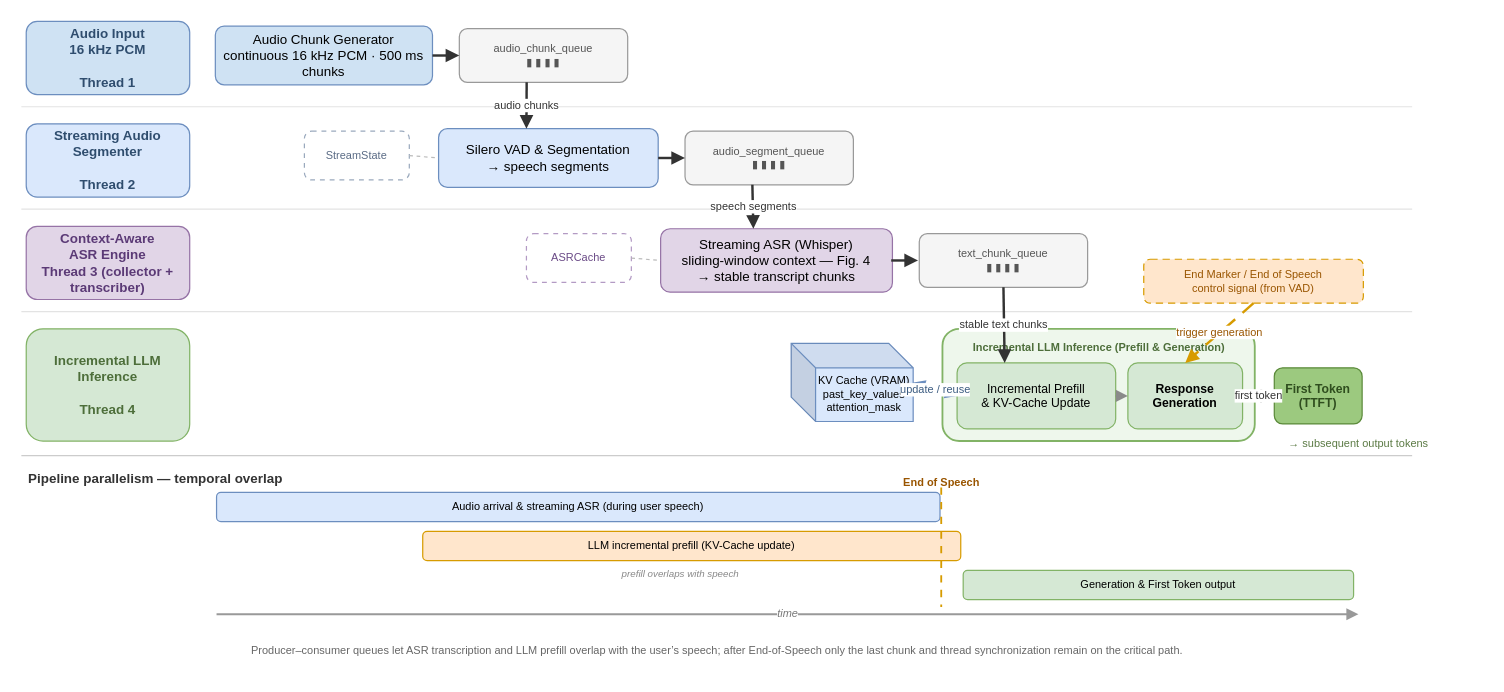
The draw.io diagram paper/tougao/attach/drawprompt/pic3.drawio in hua0424/streamllm, before the edit. Source tidied: cells renumbered, new cells numbered last; positions are measured from the earlier drawing's top-left corner, leaving out a move shared by most shapes. Both pictures are drawn from the tidied source at 122%, with x=0, y=0 at pixel (21, 21).
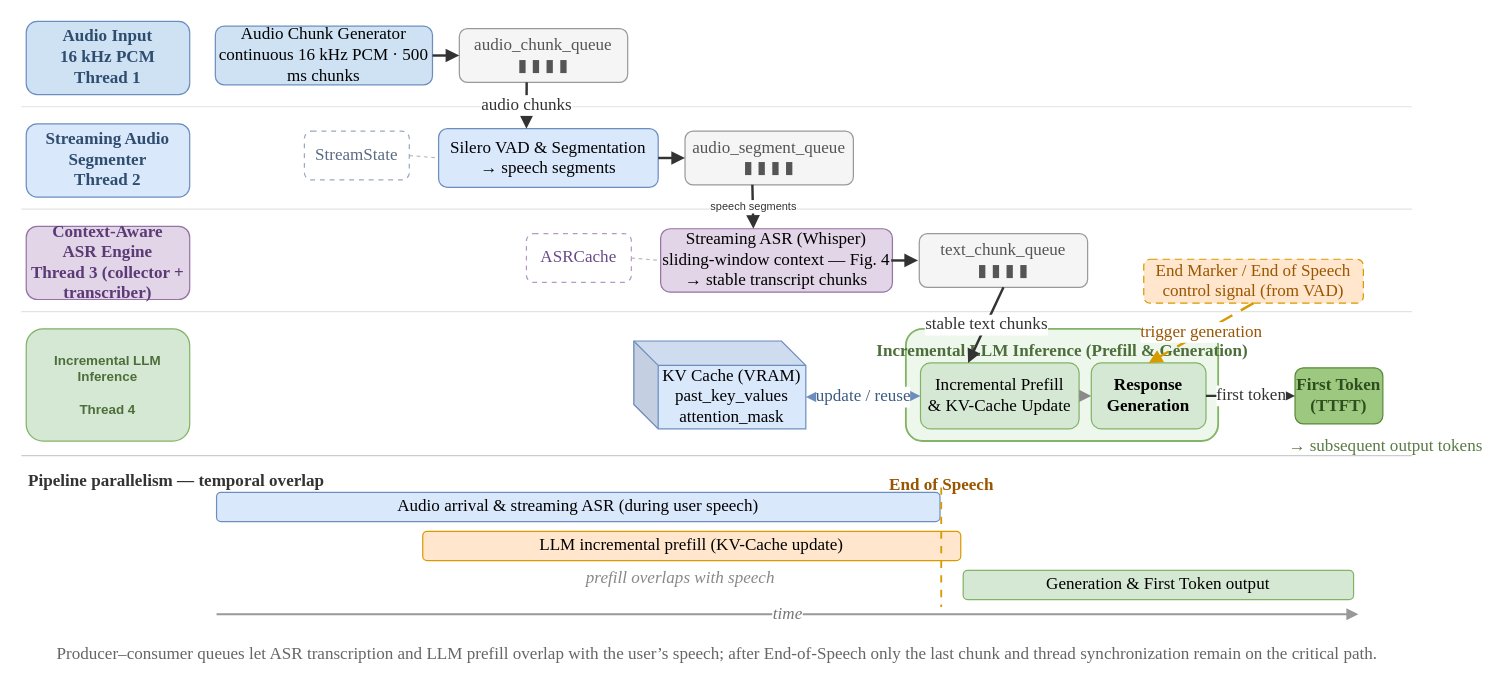
The same diagram, later.

The edit, as a diff of the source:
```diff
@@
-    <mxCell id="5" value="Audio Input&#10;16 kHz PCM&#10;&#10;Thread 1" style="rounded=1;whiteSpace=wrap;html=1;fillColor=#cfe2f3;strokeColor=#6c8ebf;fontSize=11;fontStyle=1;fontColor=#2f4d6e;" parent="1" vertex="1">
+    <mxCell id="5" value="&lt;font face=&quot;Times New Roman&quot; style=&quot;font-size: 14px;&quot;&gt;Audio Input&lt;br&gt;16 kHz PCM&lt;br&gt;Thread 1&lt;/font&gt;" style="rounded=1;whiteSpace=wrap;html=1;fillColor=#cfe2f3;strokeColor=#6c8ebf;fontSize=11;fontStyle=1;fontColor=#2f4d6e;" parent="1" vertex="1">
       <mxGeometry x="4" width="134" height="60" as="geometry" />
     </mxCell>
-    <mxCell id="6" value="Streaming Audio&#10;Segmenter&#10;&#10;Thread 2" style="rounded=1;whiteSpace=wrap;html=1;fillColor=#dae8fc;strokeColor=#6c8ebf;fontSize=11;fontStyle=1;fontColor=#2f4d6e;" parent="1" vertex="1">
+    <mxCell id="6" value="&lt;font face=&quot;Times New Roman&quot; style=&quot;font-size: 14px;&quot;&gt;Streaming Audio&lt;br&gt;Segmenter&lt;br&gt;Thread 2&lt;/font&gt;" style="rounded=1;whiteSpace=wrap;html=1;fillColor=#dae8fc;strokeColor=#6c8ebf;fontSize=11;fontStyle=1;fontColor=#2f4d6e;" parent="1" vertex="1">
       <mxGeometry x="4" y="84" width="134" height="60" as="geometry" />
     </mxCell>
-    <mxCell id="7" value="Context-Aware&lt;br&gt;ASR Engine&lt;br&gt;Thread 3 (collector + transcriber)" style="rounded=1;whiteSpace=wrap;html=1;fillColor=#e1d5e7;strokeColor=#9673a6;fontSize=11;fontStyle=1;fontColor=#5b3a76;" parent="1" vertex="1">
+    <mxCell id="7" value="&lt;font face=&quot;Times New Roman&quot; style=&quot;font-size: 14px;&quot;&gt;Context-Aware&lt;br&gt;ASR Engine&lt;br&gt;Thread 3 (collector + transcriber)&lt;/font&gt;" style="rounded=1;whiteSpace=wrap;html=1;fillColor=#e1d5e7;strokeColor=#9673a6;fontSize=11;fontStyle=1;fontColor=#5b3a76;" parent="1" vertex="1">
       <mxGeometry x="4" y="168" width="134" height="60" as="geometry" />
     </mxCell>
@@
-    <mxCell id="9" value="Audio Chunk Generator&#10;continuous 16 kHz PCM · 500 ms chunks" style="rounded=1;whiteSpace=wrap;html=1;fillColor=#cfe2f3;strokeColor=#6c8ebf;fontSize=11;" parent="1" vertex="1">
+    <mxCell id="9" value="&lt;font face=&quot;Times New Roman&quot; style=&quot;font-size: 14px;&quot;&gt;Audio Chunk Generator&lt;br&gt;continuous 16 kHz PCM · 500 ms chunks&lt;/font&gt;" style="rounded=1;whiteSpace=wrap;html=1;fillColor=#cfe2f3;strokeColor=#6c8ebf;fontSize=11;" parent="1" vertex="1">
       <mxGeometry x="159" y="4" width="178" height="48" as="geometry" />
     </mxCell>
-    <mxCell id="10" value="audio_chunk_queue&#10;▮ ▮ ▮ ▮" style="rounded=1;whiteSpace=wrap;html=1;fillColor=#f5f5f5;strokeColor=#999999;fontSize=9;fontColor=#555555;" parent="1" vertex="1">
+    <mxCell id="10" value="&lt;font face=&quot;Times New Roman&quot; style=&quot;font-size: 14px;&quot;&gt;audio_chunk_queue&lt;br&gt;▮ ▮ ▮ ▮&lt;/font&gt;" style="rounded=1;whiteSpace=wrap;html=1;fillColor=#f5f5f5;strokeColor=#999999;fontSize=9;fontColor=#555555;" parent="1" vertex="1">
       <mxGeometry x="359" y="6" width="138" height="44" as="geometry" />
     </mxCell>
-    <mxCell id="11" value="StreamState" style="rounded=1;whiteSpace=wrap;html=1;fillColor=none;strokeColor=#9aa9bd;dashed=1;dashPattern=4 4;fontSize=9;fontColor=#5a6b85;" parent="1" vertex="1">
+    <mxCell id="11" value="&lt;font face=&quot;Times New Roman&quot; style=&quot;font-size: 14px;&quot;&gt;StreamState&lt;/font&gt;" style="rounded=1;whiteSpace=wrap;html=1;fillColor=none;strokeColor=#9aa9bd;dashed=1;dashPattern=4 4;fontSize=9;fontColor=#5a6b85;" parent="1" vertex="1">
       <mxGeometry x="232" y="90" width="86" height="40" as="geometry" />
     </mxCell>
-    <mxCell id="12" value="Silero VAD &amp; Segmentation&#10;→ speech segments" style="rounded=1;whiteSpace=wrap;html=1;fillColor=#dae8fc;strokeColor=#6c8ebf;fontSize=11;" parent="1" vertex="1">
+    <mxCell id="12" value="&lt;font face=&quot;Times New Roman&quot; style=&quot;font-size: 14px;&quot;&gt;Silero VAD &amp;amp; Segmentation&lt;br&gt;→ speech segments&lt;/font&gt;" style="rounded=1;whiteSpace=wrap;html=1;fillColor=#dae8fc;strokeColor=#6c8ebf;fontSize=11;" parent="1" vertex="1">
       <mxGeometry x="342" y="88" width="180" height="48" as="geometry" />
     </mxCell>
-    <mxCell id="13" value="audio_segment_queue&#10;▮ ▮ ▮ ▮" style="rounded=1;whiteSpace=wrap;html=1;fillColor=#f5f5f5;strokeColor=#999999;fontSize=9;fontColor=#555555;" parent="1" vertex="1">
+    <mxCell id="13" value="&lt;font face=&quot;Times New Roman&quot; style=&quot;font-size: 14px;&quot;&gt;audio_segment_queue&lt;br&gt;▮ ▮ ▮ ▮&lt;/font&gt;" style="rounded=1;whiteSpace=wrap;html=1;fillColor=#f5f5f5;strokeColor=#999999;fontSize=9;fontColor=#555555;" parent="1" vertex="1">
       <mxGeometry x="544" y="90" width="138" height="44" as="geometry" />
     </mxCell>
-    <mxCell id="14" value="ASRCache" style="rounded=1;whiteSpace=wrap;html=1;fillColor=none;strokeColor=#b39ac4;dashed=1;dashPattern=4 4;fontSize=9;fontColor=#6a4a86;" parent="1" vertex="1">
+    <mxCell id="14" value="&lt;font face=&quot;Times New Roman&quot; style=&quot;font-size: 14px;&quot;&gt;ASRCache&lt;/font&gt;" style="rounded=1;whiteSpace=wrap;html=1;fillColor=none;strokeColor=#b39ac4;dashed=1;dashPattern=4 4;fontSize=9;fontColor=#6a4a86;" parent="1" vertex="1">
       <mxGeometry x="414" y="174" width="86" height="40" as="geometry" />
     </mxCell>
-    <mxCell id="15" value="Streaming ASR (Whisper)&#10;sliding-window context — Fig. 4&#10;→ stable transcript chunks" style="rounded=1;whiteSpace=wrap;html=1;fillColor=#e1d5e7;strokeColor=#9673a6;fontSize=11;" parent="1" vertex="1">
+    <mxCell id="15" value="&lt;font face=&quot;Times New Roman&quot; style=&quot;font-size: 14px;&quot;&gt;Streaming ASR (Whisper)&lt;br&gt;sliding-window context — Fig. 4&lt;br&gt;→ stable transcript chunks&lt;/font&gt;" style="rounded=1;whiteSpace=wrap;html=1;fillColor=#e1d5e7;strokeColor=#9673a6;fontSize=11;" parent="1" vertex="1">
       <mxGeometry x="524" y="170" width="190" height="52" as="geometry" />
     </mxCell>
-    <mxCell id="16" value="text_chunk_queue&#10;▮ ▮ ▮ ▮" style="rounded=1;whiteSpace=wrap;html=1;fillColor=#f5f5f5;strokeColor=#999999;fontSize=9;fontColor=#555555;" parent="1" vertex="1">
+    <mxCell id="16" value="&lt;font face=&quot;Times New Roman&quot; style=&quot;font-size: 14px;&quot;&gt;text_chunk_queue&lt;br&gt;▮ ▮ ▮ ▮&lt;/font&gt;" style="rounded=1;whiteSpace=wrap;html=1;fillColor=#f5f5f5;strokeColor=#999999;fontSize=9;fontColor=#555555;" parent="1" vertex="1">
       <mxGeometry x="736" y="174" width="138" height="44" as="geometry" />
     </mxCell>
     <mxCell id="17" style="rounded=1;whiteSpace=wrap;html=1;fillColor=#eef7ec;strokeColor=#82b366;strokeWidth=1.5;verticalAlign=top;fontSize=10;fontStyle=1;fontColor=#4d6e3a;" parent="1" vertex="1">
-      <mxGeometry x="755" y="252" width="256" height="92" as="geometry" />
+      <mxGeometry x="725" y="252" width="256" height="92" as="geometry" />
     </mxCell>
-    <mxCell id="18" value="Incremental LLM Inference (Prefill &amp; Generation)" style="text;html=1;align=center;fontSize=9;fontStyle=1;fontColor=#4d6e3a;" parent="1" vertex="1">
-      <mxGeometry x="759" y="256" width="248" height="14" as="geometry" />
+    <mxCell id="18" value="&lt;font face=&quot;Times New Roman&quot; style=&quot;font-size: 14px;&quot;&gt;Incremental LLM Inference (Prefill &amp;amp; Generation)&lt;/font&gt;" style="text;html=1;align=center;fontSize=9;fontStyle=1;fontColor=#4d6e3a;" parent="1" vertex="1">
+      <mxGeometry x="729" y="256" width="248" height="14" as="geometry" />
     </mxCell>
-    <mxCell id="19" value="Incremental Prefill&#10;&amp; KV-Cache Update" style="rounded=1;whiteSpace=wrap;html=1;fillColor=#d5e8d4;strokeColor=#82b366;fontSize=10;" parent="1" vertex="1">
-      <mxGeometry x="767" y="280" width="130" height="54" as="geometry" />
+    <mxCell id="19" value="&lt;font face=&quot;Times New Roman&quot; style=&quot;font-size: 14px;&quot;&gt;Incremental Prefill&lt;br&gt;&amp;amp; KV-Cache Update&lt;/font&gt;" style="rounded=1;whiteSpace=wrap;html=1;fillColor=#d5e8d4;strokeColor=#82b366;fontSize=10;" parent="1" vertex="1">
+      <mxGeometry x="737" y="280" width="130" height="54" as="geometry" />
     </mxCell>
-    <mxCell id="20" value="Response&#10;Generation" style="rounded=1;whiteSpace=wrap;html=1;fillColor=#d5e8d4;strokeColor=#82b366;fontSize=10;fontStyle=1;" parent="1" vertex="1">
-      <mxGeometry x="907" y="280" width="94" height="54" as="geometry" />
+    <mxCell id="20" value="&lt;font face=&quot;Times New Roman&quot; style=&quot;font-size: 14px;&quot;&gt;Response&lt;br&gt;Generation&lt;/font&gt;" style="rounded=1;whiteSpace=wrap;html=1;fillColor=#d5e8d4;strokeColor=#82b366;fontSize=10;fontStyle=1;" parent="1" vertex="1">
+      <mxGeometry x="877" y="280" width="94" height="54" as="geometry" />
     </mxCell>
-    <mxCell id="21" value="KV Cache (VRAM)&#10;past_key_values&#10;attention_mask" style="shape=cube;whiteSpace=wrap;html=1;boundedLbl=1;backgroundOutline=1;darkOpacity=0.05;darkOpacity2=0.1;fillColor=#dae8fc;strokeColor=#6c8ebf;fontSize=9;" parent="1" vertex="1">
-      <mxGeometry x="631" y="264" width="100" height="64" as="geometry" />
+    <mxCell id="21" value="&lt;font face=&quot;Times New Roman&quot; style=&quot;font-size: 14px;&quot;&gt;KV Cache (VRAM)&lt;br&gt;past_key_values&lt;br&gt;attention_mask&lt;/font&gt;" style="shape=cube;whiteSpace=wrap;html=1;boundedLbl=1;backgroundOutline=1;darkOpacity=0.05;darkOpacity2=0.1;fillColor=#dae8fc;strokeColor=#6c8ebf;fontSize=9;" parent="1" vertex="1">
+      <mxGeometry x="502" y="262" width="141" height="72" as="geometry" />
     </mxCell>
-    <mxCell id="22" value="End Marker / End of Speech&#10;control signal (from VAD)" style="rounded=1;whiteSpace=wrap;html=1;dashed=1;dashPattern=6 4;fillColor=#ffe6cc;strokeColor=#d79b00;fontSize=9;fontColor=#995500;" parent="1" vertex="1">
+    <mxCell id="22" value="&lt;font face=&quot;Times New Roman&quot; style=&quot;font-size: 14px;&quot;&gt;End Marker / End of Speech&lt;br&gt;control signal (from VAD)&lt;/font&gt;" style="rounded=1;whiteSpace=wrap;html=1;dashed=1;dashPattern=6 4;fillColor=#ffe6cc;strokeColor=#d79b00;fontSize=9;fontColor=#995500;" parent="1" vertex="1">
       <mxGeometry x="920" y="195" width="180" height="36" as="geometry" />
     </mxCell>
-    <mxCell id="23" value="First Token&#10;(TTFT)" style="rounded=1;whiteSpace=wrap;html=1;fillColor=#9cc97f;strokeColor=#5b8a3a;fontSize=10;fontStyle=1;fontColor=#2f4d1e;" parent="1" vertex="1">
-      <mxGeometry x="1027" y="284" width="72" height="46" as="geometry" />
+    <mxCell id="23" value="&lt;font face=&quot;Times New Roman&quot; style=&quot;font-size: 14px;&quot;&gt;First Token&lt;br&gt;(TTFT)&lt;/font&gt;" style="rounded=1;whiteSpace=wrap;html=1;fillColor=#9cc97f;strokeColor=#5b8a3a;fontSize=10;fontStyle=1;fontColor=#2f4d1e;" parent="1" vertex="1">
+      <mxGeometry x="1044" y="284" width="72" height="46" as="geometry" />
     </mxCell>
-    <mxCell id="24" value="→ subsequent output tokens" style="text;html=1;align=left;fontSize=9;fontColor=#5b7a44;" parent="1" vertex="1">
+    <mxCell id="24" value="&lt;font face=&quot;Times New Roman&quot; style=&quot;font-size: 14px;&quot;&gt;→ subsequent output tokens&lt;/font&gt;" style="text;html=1;align=left;fontSize=9;fontColor=#5b7a44;" parent="1" vertex="1">
       <mxGeometry x="1037" y="334" width="90" height="24" as="geometry" />
     </mxCell>
@@
-    <mxCell id="26" value="audio chunks" style="endArrow=block;html=1;strokeColor=#333333;strokeWidth=2;fontSize=9;fontColor=#333333;exitX=0.4;exitY=1;exitDx=0;exitDy=0;entryX=0.4;entryY=0;entryDx=0;entryDy=0;" parent="1" edge="1" source="10" target="12">
+    <mxCell id="26" value="&lt;font face=&quot;Times New Roman&quot; style=&quot;font-size: 14px;&quot;&gt;audio chunks&lt;/font&gt;" style="endArrow=block;html=1;strokeColor=#333333;strokeWidth=2;fontSize=9;fontColor=#333333;exitX=0.4;exitY=1;exitDx=0;exitDy=0;entryX=0.4;entryY=0;entryDx=0;entryDy=0;" parent="1" edge="1" source="10" target="12">
       <mxGeometry relative="1" as="geometry" />
     </mxCell>
@@
-    <mxCell id="30" value="stable text chunks" style="endArrow=block;html=1;strokeColor=#333333;strokeWidth=2;fontSize=9;fontColor=#333333;exitX=0.5;exitY=1;exitDx=0;exitDy=0;entryX=0.3;entryY=0;entryDx=0;entryDy=0;" parent="1" edge="1" source="16" target="19">
+    <mxCell id="30" value="&lt;font face=&quot;Times New Roman&quot; style=&quot;font-size: 14px;&quot;&gt;stable text chunks&lt;/font&gt;" style="endArrow=block;html=1;strokeColor=#333333;strokeWidth=2;fontSize=9;fontColor=#333333;exitX=0.5;exitY=1;exitDx=0;exitDy=0;entryX=0.3;entryY=0;entryDx=0;entryDy=0;" parent="1" edge="1" source="16" target="19">
       <mxGeometry relative="1" as="geometry" />
     </mxCell>
@@
-    <mxCell id="32" value="first token" style="endArrow=block;html=1;strokeColor=#333333;strokeWidth=2;fontSize=9;fontColor=#333333;exitX=1;exitY=0.5;exitDx=0;exitDy=0;entryX=0;entryY=0.5;entryDx=0;entryDy=0;" parent="1" edge="1" source="20" target="23">
+    <mxCell id="32" value="&lt;font face=&quot;Times New Roman&quot; style=&quot;font-size: 14px;&quot;&gt;first token&lt;/font&gt;" style="endArrow=block;html=1;strokeColor=#333333;strokeWidth=2;fontSize=9;fontColor=#333333;exitX=1;exitY=0.5;exitDx=0;exitDy=0;entryX=0;entryY=0.5;entryDx=0;entryDy=0;" parent="1" edge="1" source="20" target="23">
       <mxGeometry relative="1" as="geometry" />
     </mxCell>
-    <mxCell id="33" value="update / reuse" style="endArrow=block;startArrow=block;html=1;strokeColor=#6c8ebf;strokeWidth=1.5;fontSize=9;fontColor=#3b5b80;exitX=1;exitY=0.5;exitDx=0;exitDy=0;entryX=0;entryY=0.5;entryDx=0;entryDy=0;" parent="1" edge="1" source="21" target="19">
+    <mxCell id="33" value="&lt;font face=&quot;Times New Roman&quot; style=&quot;font-size: 14px;&quot;&gt;update / reuse&lt;/font&gt;" style="endArrow=block;startArrow=block;html=1;strokeColor=#6c8ebf;strokeWidth=1.5;fontSize=9;fontColor=#3b5b80;exitX=0;exitY=0;exitDx=141;exitDy=46;entryX=0;entryY=0.5;entryDx=0;entryDy=0;exitPerimeter=0;" parent="1" edge="1" source="21" target="19">
       <mxGeometry relative="1" as="geometry" />
     </mxCell>
-    <mxCell id="34" value="trigger generation" style="endArrow=block;html=1;strokeColor=#d79b00;strokeWidth=2;dashed=1;dashPattern=6 4;fontSize=9;fontColor=#995500;exitX=0.5;exitY=1;exitDx=0;exitDy=0;entryX=0.5;entryY=0;entryDx=0;entryDy=0;" parent="1" edge="1" source="22" target="20">
+    <mxCell id="34" value="&lt;font face=&quot;Times New Roman&quot; style=&quot;font-size: 14px;&quot;&gt;trigger generation&lt;/font&gt;" style="endArrow=block;html=1;strokeColor=#d79b00;strokeWidth=2;dashed=1;dashPattern=6 4;fontSize=9;fontColor=#995500;exitX=0.5;exitY=1;exitDx=0;exitDy=0;entryX=0.5;entryY=0;entryDx=0;entryDy=0;" parent="1" edge="1" source="22" target="20">
       <mxGeometry relative="1" as="geometry" />
     </mxCell>
@@
-    <mxCell id="38" value="Pipeline parallelism — temporal overlap" style="text;html=1;align=left;fontSize=11;fontStyle=1;fontColor=#333333;" parent="1" vertex="1">
+    <mxCell id="38" value="&lt;font face=&quot;Times New Roman&quot; style=&quot;font-size: 14px;&quot;&gt;Pipeline parallelism — temporal overlap&lt;/font&gt;" style="text;html=1;align=left;fontSize=11;fontStyle=1;fontColor=#333333;" parent="1" vertex="1">
       <mxGeometry x="4" y="362" width="320" height="16" as="geometry" />
     </mxCell>
-    <mxCell id="39" value="Audio arrival &amp; streaming ASR  (during user speech)" style="rounded=1;whiteSpace=wrap;html=1;fillColor=#dae8fc;strokeColor=#6c8ebf;fontSize=9;" parent="1" vertex="1">
+    <mxCell id="39" value="&lt;font face=&quot;Times New Roman&quot; style=&quot;font-size: 14px;&quot;&gt;Audio arrival &amp;amp; streaming ASR  (during user speech)&lt;/font&gt;" style="rounded=1;whiteSpace=wrap;html=1;fillColor=#dae8fc;strokeColor=#6c8ebf;fontSize=9;" parent="1" vertex="1">
       <mxGeometry x="160" y="386" width="593" height="24" as="geometry" />
     </mxCell>
-    <mxCell id="40" value="LLM incremental prefill  (KV-Cache update)" style="rounded=1;whiteSpace=wrap;html=1;fillColor=#ffe6cc;strokeColor=#d79b00;fontSize=9;" parent="1" vertex="1">
+    <mxCell id="40" value="&lt;font face=&quot;Times New Roman&quot; style=&quot;font-size: 14px;&quot;&gt;LLM incremental prefill  (KV-Cache update)&lt;/font&gt;" style="rounded=1;whiteSpace=wrap;html=1;fillColor=#ffe6cc;strokeColor=#d79b00;fontSize=9;" parent="1" vertex="1">
       <mxGeometry x="329" y="418" width="441" height="24" as="geometry" />
     </mxCell>
-    <mxCell id="41" value="Generation &amp; First Token output" style="rounded=1;whiteSpace=wrap;html=1;fillColor=#d5e8d4;strokeColor=#82b366;fontSize=9;" parent="1" vertex="1">
+    <mxCell id="41" value="&lt;font face=&quot;Times New Roman&quot; style=&quot;font-size: 14px;&quot;&gt;Generation &amp;amp; First Token output&lt;/font&gt;" style="rounded=1;whiteSpace=wrap;html=1;fillColor=#d5e8d4;strokeColor=#82b366;fontSize=9;" parent="1" vertex="1">
       <mxGeometry x="772" y="450" width="320" height="24" as="geometry" />
     </mxCell>
@@
-    <mxCell id="43" value="End of Speech" style="text;html=1;align=center;fontSize=9;fontStyle=1;fontColor=#995500;" parent="1" vertex="1">
+    <mxCell id="43" value="&lt;font face=&quot;Times New Roman&quot; style=&quot;font-size: 14px;&quot;&gt;End of Speech&lt;/font&gt;" style="text;html=1;align=center;fontSize=9;fontStyle=1;fontColor=#995500;" parent="1" vertex="1">
       <mxGeometry x="698" y="366" width="112" height="14" as="geometry" />
     </mxCell>
-    <mxCell id="44" value="prefill overlaps with speech" style="text;html=1;align=center;fontSize=8;fontStyle=2;fontColor=#888888;" parent="1" vertex="1">
+    <mxCell id="44" value="&lt;font face=&quot;Times New Roman&quot; style=&quot;font-size: 14px;&quot;&gt;prefill overlaps with speech&lt;/font&gt;" style="text;html=1;align=center;fontSize=8;fontStyle=2;fontColor=#888888;" parent="1" vertex="1">
       <mxGeometry x="380" y="442" width="320" height="12" as="geometry" />
     </mxCell>
-    <mxCell id="45" value="time" style="endArrow=block;html=1;strokeColor=#999999;strokeWidth=1.5;fontSize=9;fontColor=#777777;fontStyle=2;" parent="1" edge="1">
+    <mxCell id="45" value="&lt;font face=&quot;Times New Roman&quot; style=&quot;font-size: 14px;&quot;&gt;time&lt;/font&gt;" style="endArrow=block;html=1;strokeColor=#999999;strokeWidth=1.5;fontSize=9;fontColor=#777777;fontStyle=2;" parent="1" edge="1">
       <mxGeometry relative="1" as="geometry">
         <mxPoint x="160" y="486" as="sourcePoint" />
         <mxPoint x="1096" y="486" as="targetPoint" />
       </mxGeometry>
     </mxCell>
-    <mxCell id="46" value="Producer–consumer queues let ASR transcription and LLM prefill overlap with the user’s speech; after End-of-Speech only the last chunk and thread synchronization remain on the critical path." style="text;html=1;align=center;fontSize=9;fontColor=#666666;" parent="1" vertex="1">
+    <mxCell id="46" value="&lt;font face=&quot;Times New Roman&quot; style=&quot;font-size: 14px;&quot;&gt;Producer–consumer queues let ASR transcription and LLM prefill overlap with the user’s speech; after End-of-Speech only the last chunk and thread synchronization remain on the critical path.&lt;/font&gt;" style="text;html=1;align=center;fontSize=9;fontColor=#666666;" parent="1" vertex="1">
       <mxGeometry x="40" y="504" width="1060" height="28" as="geometry" />
     </mxCell>
```
